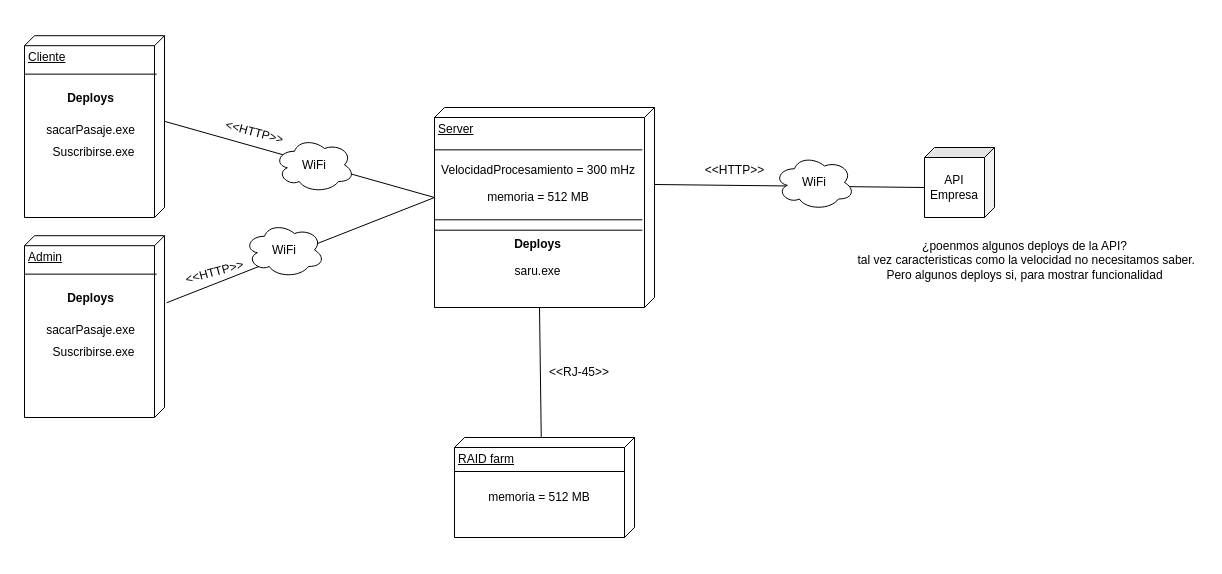
Above: Diagramas y documentacion/Diagrama de Deployment.drawio in eliseovillaok/TPE-grupo-8 (draw.io), before the change. Source tidied: cells renumbered, new cells numbered last; positions are measured from the earlier drawing's top-left corner, leaving out a move shared by most shapes. Both pictures are drawn from the tidied source at 100%, with x=0, y=0 at pixel (24, 17).
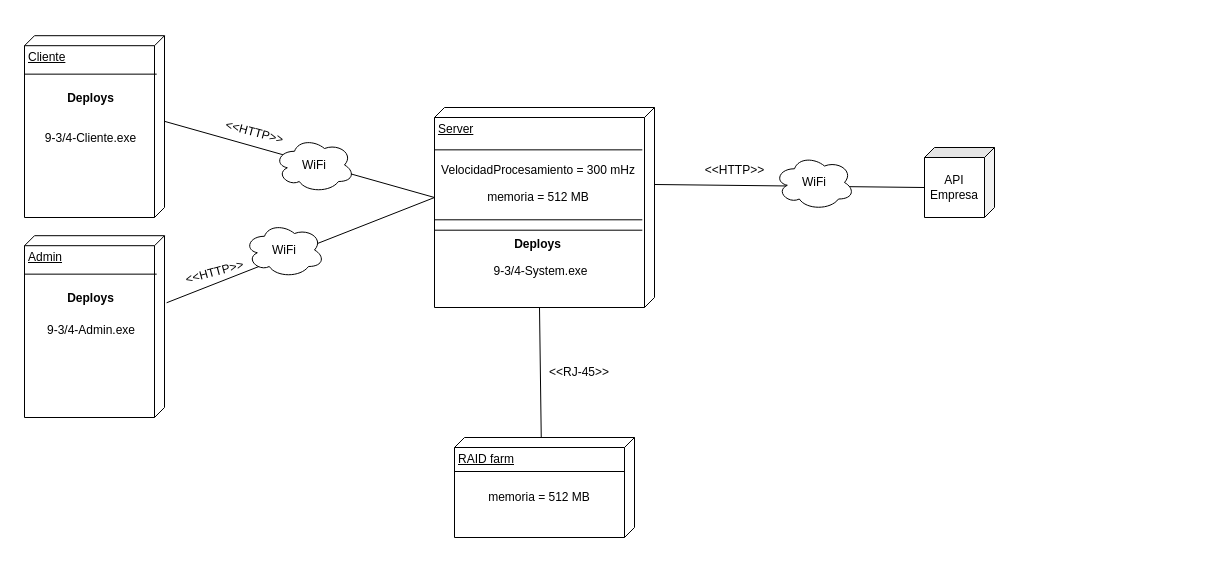
After the change.

Commit message (it also covers changes not shown here):
Diagrama de Deployment corregido

The change refers to these unchanged cells:
```xml
<mxCell id="5" style="group;" parent="1" vertex="1">
  <mxGeometry x="410" y="70" width="220" height="220" as="geometry" />
</mxCell>
```

The edit, as a diff of the source:
```diff
@@
-    <mxCell id="13" value="saru.exe" style="text;html=1;strokeColor=none;fillColor=none;align=center;verticalAlign=middle;whiteSpace=wrap;rounded=0;labelBackgroundColor=#ffffff;" parent="5" vertex="1">
-      <mxGeometry x="67.2" y="169.2" width="73.3" height="30" as="geometry" />
+    <mxCell id="13" value="9-3/4-System.exe" style="text;html=1;strokeColor=none;fillColor=none;align=center;verticalAlign=middle;whiteSpace=wrap;rounded=0;labelBackgroundColor=#ffffff;" parent="5" vertex="1">
+      <mxGeometry x="30.2" y="169.2" width="152.8" height="30" as="geometry" />
     </mxCell>
@@
     <mxCell id="17" style="group;" parent="1" vertex="1">
-      <mxGeometry width="140" height="200" as="geometry" />
+      <mxGeometry width="190" height="200" as="geometry" />
     </mxCell>
@@
-    <mxCell id="21" value="sacarPasaje.exe" style="text;html=1;strokeColor=none;fillColor=none;align=center;verticalAlign=middle;whiteSpace=wrap;rounded=0;labelBackgroundColor=#ffffff;" parent="17" vertex="1">
-      <mxGeometry x="42.8" y="98.6" width="47.2" height="29.4" as="geometry" />
+    <mxCell id="21" value="9-3/4-Cliente.exe" style="text;html=1;strokeColor=none;fillColor=none;align=center;verticalAlign=middle;whiteSpace=wrap;rounded=0;labelBackgroundColor=#ffffff;" parent="17" vertex="1">
+      <mxGeometry x="-7.2" y="106.6" width="147.2" height="29.4" as="geometry" />
     </mxCell>
-    <mxCell id="22" value="Suscribirse.exe" style="text;html=1;strokeColor=none;fillColor=none;align=center;verticalAlign=middle;whiteSpace=wrap;rounded=0;labelBackgroundColor=#ffffff;" parent="17" vertex="1">
-      <mxGeometry x="46.4" y="120" width="47.2" height="29.4" as="geometry" />
-    </mxCell>
@@
     <mxCell id="25" style="group;" parent="1" vertex="1">
-      <mxGeometry y="200" width="140" height="200" as="geometry" />
+      <mxGeometry y="200" width="190" height="200" as="geometry" />
     </mxCell>
@@
-    <mxCell id="29" value="sacarPasaje.exe" style="text;html=1;strokeColor=none;fillColor=none;align=center;verticalAlign=middle;whiteSpace=wrap;rounded=0;labelBackgroundColor=#ffffff;" parent="25" vertex="1">
-      <mxGeometry x="42.8" y="98.6" width="47.2" height="29.4" as="geometry" />
+    <mxCell id="29" value="9-3/4-Admin.exe" style="text;html=1;strokeColor=none;fillColor=none;align=center;verticalAlign=middle;whiteSpace=wrap;rounded=0;labelBackgroundColor=#ffffff;" parent="25" vertex="1">
+      <mxGeometry x="-6.2" y="98.6" width="146.2" height="29.4" as="geometry" />
     </mxCell>
-    <mxCell id="30" value="Suscribirse.exe" style="text;html=1;strokeColor=none;fillColor=none;align=center;verticalAlign=middle;whiteSpace=wrap;rounded=0;labelBackgroundColor=#ffffff;" parent="25" vertex="1">
-      <mxGeometry x="46.4" y="120" width="47.2" height="29.4" as="geometry" />
-    </mxCell>
@@
-    <mxCell id="39" value="¿poenmos algunos deploys de la API?&lt;br&gt;&amp;nbsp;tal vez caracteristicas como la velocidad no necesitamos saber.&lt;br&gt;Pero algunos deploys si, para mostrar funcionalidad" style="text;html=1;align=center;verticalAlign=middle;strokeColor=none;fillColor=none;" parent="1" vertex="1">
-      <mxGeometry x="820" y="213" width="360" height="60" as="geometry" />
-    </mxCell>
```
